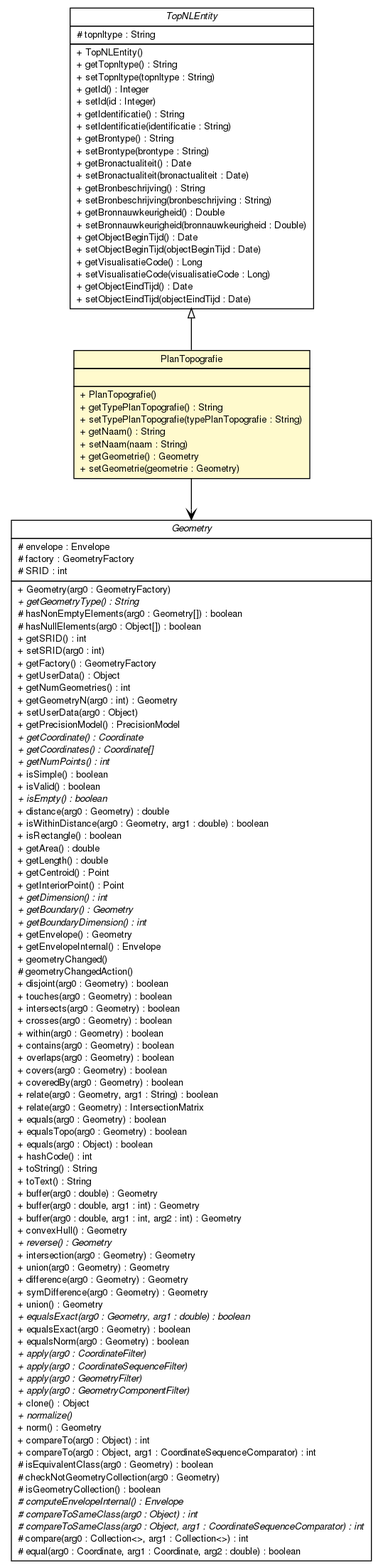
Earlier version of the Graphviz export topnlparser/apidocs/nl/b3p/topnl/entities/PlanTopografie.png (B3Partners/brmo). Its source is kept beside it as topnlparser/apidocs/nl/b3p/topnl/entities/PlanTopografie.dot.
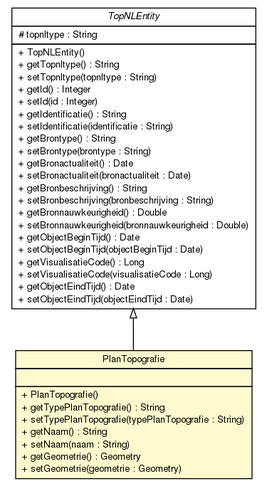
The same file after the commit.

Diff of the diagram source:
```diff
@@ -4,7 +4,7 @@
 	node [fontname="Helvetica",fontsize=10,shape=plaintext];
 	nodesep=0.25;
 	ranksep=0.5;
-	c28151 [label=<<table title="nl.b3p.topnl.entities.PlanTopografie" border="0" cellborder="1" cellspacing="0" cellpadding="2" port="p" bgcolor="lemonChiffon" href="./PlanTopografie.html">
+	c28137 [label=<<table title="nl.b3p.topnl.entities.PlanTopografie" border="0" cellborder="1" cellspacing="0" cellpadding="2" port="p" bgcolor="lemonChiffon" href="./PlanTopografie.html">
 		<tr><td><table border="0" cellspacing="0" cellpadding="1">
 <tr><td align="center" balign="center"> PlanTopografie </td></tr>
 		</table></td></tr>
@@ -21,7 +21,7 @@
 <tr><td align="left" balign="left"> + setGeometrie(geometrie : Geometry) </td></tr>
 		</table></td></tr>
 		</table>>, URL="./PlanTopografie.html", fontname="Helvetica", fontcolor="black", fontsize=10.0];
-	c28152 [label=<<table title="nl.b3p.topnl.entities.TopNLEntity" border="0" cellborder="1" cellspacing="0" cellpadding="2" port="p" href="./TopNLEntity.html">
+	c28138 [label=<<table title="nl.b3p.topnl.entities.TopNLEntity" border="0" cellborder="1" cellspacing="0" cellpadding="2" port="p" href="./TopNLEntity.html">
 		<tr><td><table border="0" cellspacing="0" cellpadding="1">
 <tr><td align="center" balign="center"><font face="Helvetica-Oblique"> TopNLEntity </font></td></tr>
 		</table></td></tr>
@@ -52,97 +52,5 @@
 <tr><td align="left" balign="left"> + setObjectEindTijd(objectEindTijd : Date) </td></tr>
 		</table></td></tr>
 		</table>>, URL="./TopNLEntity.html", fontname="Helvetica", fontcolor="black", fontsize=10.0];
-	c28152:p -> c28151:p [dir=back,arrowtail=empty];
-	c28151:p -> c28160:p [taillabel="", label="", headlabel="", fontname="Helvetica", fontcolor="black", fontsize=10.0, color="black", arrowhead=open];
-	c28160 [label=<<table title="com.vividsolutions.jts.geom.Geometry" border="0" cellborder="1" cellspacing="0" cellpadding="2" port="p" href="http://java.sun.com/j2se/1.4.2/docs/api/com/vividsolutions/jts/geom/Geometry.html">
-		<tr><td><table border="0" cellspacing="0" cellpadding="1">
-<tr><td align="center" balign="center"><font face="Helvetica-Oblique"> Geometry </font></td></tr>
-		</table></td></tr>
-		<tr><td><table border="0" cellspacing="0" cellpadding="1">
-<tr><td align="left" balign="left"> # envelope : Envelope </td></tr>
-<tr><td align="left" balign="left"> # factory : GeometryFactory </td></tr>
-<tr><td align="left" balign="left"> # SRID : int </td></tr>
-		</table></td></tr>
-		<tr><td><table border="0" cellspacing="0" cellpadding="1">
-<tr><td align="left" balign="left"> + Geometry(arg0 : GeometryFactory) </td></tr>
-<tr><td align="left" balign="left"><font face="Helvetica-Oblique" point-size="10.0"> + getGeometryType() : String </font></td></tr>
-<tr><td align="left" balign="left"> # hasNonEmptyElements(arg0 : Geometry[]) : boolean </td></tr>
-<tr><td align="left" balign="left"> # hasNullElements(arg0 : Object[]) : boolean </td></tr>
-<tr><td align="left" balign="left"> + getSRID() : int </td></tr>
-<tr><td align="left" balign="left"> + setSRID(arg0 : int) </td></tr>
-<tr><td align="left" balign="left"> + getFactory() : GeometryFactory </td></tr>
-<tr><td align="left" balign="left"> + getUserData() : Object </td></tr>
-<tr><td align="left" balign="left"> + getNumGeometries() : int </td></tr>
-<tr><td align="left" balign="left"> + getGeometryN(arg0 : int) : Geometry </td></tr>
-<tr><td align="left" balign="left"> + setUserData(arg0 : Object) </td></tr>
-<tr><td align="left" balign="left"> + getPrecisionModel() : PrecisionModel </td></tr>
-<tr><td align="left" balign="left"><font face="Helvetica-Oblique" point-size="10.0"> + getCoordinate() : Coordinate </font></td></tr>
-<tr><td align="left" balign="left"><font face="Helvetica-Oblique" point-size="10.0"> + getCoordinates() : Coordinate[] </font></td></tr>
-<tr><td align="left" balign="left"><font face="Helvetica-Oblique" point-size="10.0"> + getNumPoints() : int </font></td></tr>
-<tr><td align="left" balign="left"> + isSimple() : boolean </td></tr>
-<tr><td align="left" balign="left"> + isValid() : boolean </td></tr>
-<tr><td align="left" balign="left"><font face="Helvetica-Oblique" point-size="10.0"> + isEmpty() : boolean </font></td></tr>
-<tr><td align="left" balign="left"> + distance(arg0 : Geometry) : double </td></tr>
-<tr><td align="left" balign="left"> + isWithinDistance(arg0 : Geometry, arg1 : double) : boolean </td></tr>
-<tr><td align="left" balign="left"> + isRectangle() : boolean </td></tr>
-<tr><td align="left" balign="left"> + getArea() : double </td></tr>
-<tr><td align="left" balign="left"> + getLength() : double </td></tr>
-<tr><td align="left" balign="left"> + getCentroid() : Point </td></tr>
-<tr><td align="left" balign="left"> + getInteriorPoint() : Point </td></tr>
-<tr><td align="left" balign="left"><font face="Helvetica-Oblique" point-size="10.0"> + getDimension() : int </font></td></tr>
-<tr><td align="left" balign="left"><font face="Helvetica-Oblique" point-size="10.0"> + getBoundary() : Geometry </font></td></tr>
-<tr><td align="left" balign="left"><font face="Helvetica-Oblique" point-size="10.0"> + getBoundaryDimension() : int </font></td></tr>
-<tr><td align="left" balign="left"> + getEnvelope() : Geometry </td></tr>
-<tr><td align="left" balign="left"> + getEnvelopeInternal() : Envelope </td></tr>
-<tr><td align="left" balign="left"> + geometryChanged() </td></tr>
-<tr><td align="left" balign="left"> # geometryChangedAction() </td></tr>
-<tr><td align="left" balign="left"> + disjoint(arg0 : Geometry) : boolean </td></tr>
-<tr><td align="left" balign="left"> + touches(arg0 : Geometry) : boolean </td></tr>
-<tr><td align="left" balign="left"> + intersects(arg0 : Geometry) : boolean </td></tr>
-<tr><td align="left" balign="left"> + crosses(arg0 : Geometry) : boolean </td></tr>
-<tr><td align="left" balign="left"> + within(arg0 : Geometry) : boolean </td></tr>
-<tr><td align="left" balign="left"> + contains(arg0 : Geometry) : boolean </td></tr>
-<tr><td align="left" balign="left"> + overlaps(arg0 : Geometry) : boolean </td></tr>
-<tr><td align="left" balign="left"> + covers(arg0 : Geometry) : boolean </td></tr>
-<tr><td align="left" balign="left"> + coveredBy(arg0 : Geometry) : boolean </td></tr>
-<tr><td align="left" balign="left"> + relate(arg0 : Geometry, arg1 : String) : boolean </td></tr>
-<tr><td align="left" balign="left"> + relate(arg0 : Geometry) : IntersectionMatrix </td></tr>
-<tr><td align="left" balign="left"> + equals(arg0 : Geometry) : boolean </td></tr>
-<tr><td align="left" balign="left"> + equalsTopo(arg0 : Geometry) : boolean </td></tr>
-<tr><td align="left" balign="left"> + equals(arg0 : Object) : boolean </td></tr>
-<tr><td align="left" balign="left"> + hashCode() : int </td></tr>
-<tr><td align="left" balign="left"> + toString() : String </td></tr>
-<tr><td align="left" balign="left"> + toText() : String </td></tr>
-<tr><td align="left" balign="left"> + buffer(arg0 : double) : Geometry </td></tr>
-<tr><td align="left" balign="left"> + buffer(arg0 : double, arg1 : int) : Geometry </td></tr>
-<tr><td align="left" balign="left"> + buffer(arg0 : double, arg1 : int, arg2 : int) : Geometry </td></tr>
-<tr><td align="left" balign="left"> + convexHull() : Geometry </td></tr>
-<tr><td align="left" balign="left"><font face="Helvetica-Oblique" point-size="10.0"> + reverse() : Geometry </font></td></tr>
-<tr><td align="left" balign="left"> + intersection(arg0 : Geometry) : Geometry </td></tr>
-<tr><td align="left" balign="left"> + union(arg0 : Geometry) : Geometry </td></tr>
-<tr><td align="left" balign="left"> + difference(arg0 : Geometry) : Geometry </td></tr>
-<tr><td align="left" balign="left"> + symDifference(arg0 : Geometry) : Geometry </td></tr>
-<tr><td align="left" balign="left"> + union() : Geometry </td></tr>
-<tr><td align="left" balign="left"><font face="Helvetica-Oblique" point-size="10.0"> + equalsExact(arg0 : Geometry, arg1 : double) : boolean </font></td></tr>
-<tr><td align="left" balign="left"> + equalsExact(arg0 : Geometry) : boolean </td></tr>
-<tr><td align="left" balign="left"> + equalsNorm(arg0 : Geometry) : boolean </td></tr>
-<tr><td align="left" balign="left"><font face="Helvetica-Oblique" point-size="10.0"> + apply(arg0 : CoordinateFilter) </font></td></tr>
-<tr><td align="left" balign="left"><font face="Helvetica-Oblique" point-size="10.0"> + apply(arg0 : CoordinateSequenceFilter) </font></td></tr>
-<tr><td align="left" balign="left"><font face="Helvetica-Oblique" point-size="10.0"> + apply(arg0 : GeometryFilter) </font></td></tr>
-<tr><td align="left" balign="left"><font face="Helvetica-Oblique" point-size="10.0"> + apply(arg0 : GeometryComponentFilter) </font></td></tr>
-<tr><td align="left" balign="left"> + clone() : Object </td></tr>
-<tr><td align="left" balign="left"><font face="Helvetica-Oblique" point-size="10.0"> + normalize() </font></td></tr>
-<tr><td align="left" balign="left"> + norm() : Geometry </td></tr>
-<tr><td align="left" balign="left"> + compareTo(arg0 : Object) : int </td></tr>
-<tr><td align="left" balign="left"> + compareTo(arg0 : Object, arg1 : CoordinateSequenceComparator) : int </td></tr>
-<tr><td align="left" balign="left"> # isEquivalentClass(arg0 : Geometry) : boolean </td></tr>
-<tr><td align="left" balign="left"> # checkNotGeometryCollection(arg0 : Geometry) </td></tr>
-<tr><td align="left" balign="left"> # isGeometryCollection() : boolean </td></tr>
-<tr><td align="left" balign="left"><font face="Helvetica-Oblique" point-size="10.0"> # computeEnvelopeInternal() : Envelope </font></td></tr>
-<tr><td align="left" balign="left"><font face="Helvetica-Oblique" point-size="10.0"> # compareToSameClass(arg0 : Object) : int </font></td></tr>
-<tr><td align="left" balign="left"><font face="Helvetica-Oblique" point-size="10.0"> # compareToSameClass(arg0 : Object, arg1 : CoordinateSequenceComparator) : int </font></td></tr>
-<tr><td align="left" balign="left"> # compare(arg0 : Collection&lt;&gt;, arg1 : Collection&lt;&gt;) : int </td></tr>
-<tr><td align="left" balign="left"> # equal(arg0 : Coordinate, arg1 : Coordinate, arg2 : double) : boolean </td></tr>
-		</table></td></tr>
-		</table>>, URL="http://java.sun.com/j2se/1.4.2/docs/api/com/vividsolutions/jts/geom/Geometry.html", fontname="Helvetica", fontcolor="black", fontsize=10.0];
+	c28138:p -> c28137:p [dir=back,arrowtail=empty];
 }
```
